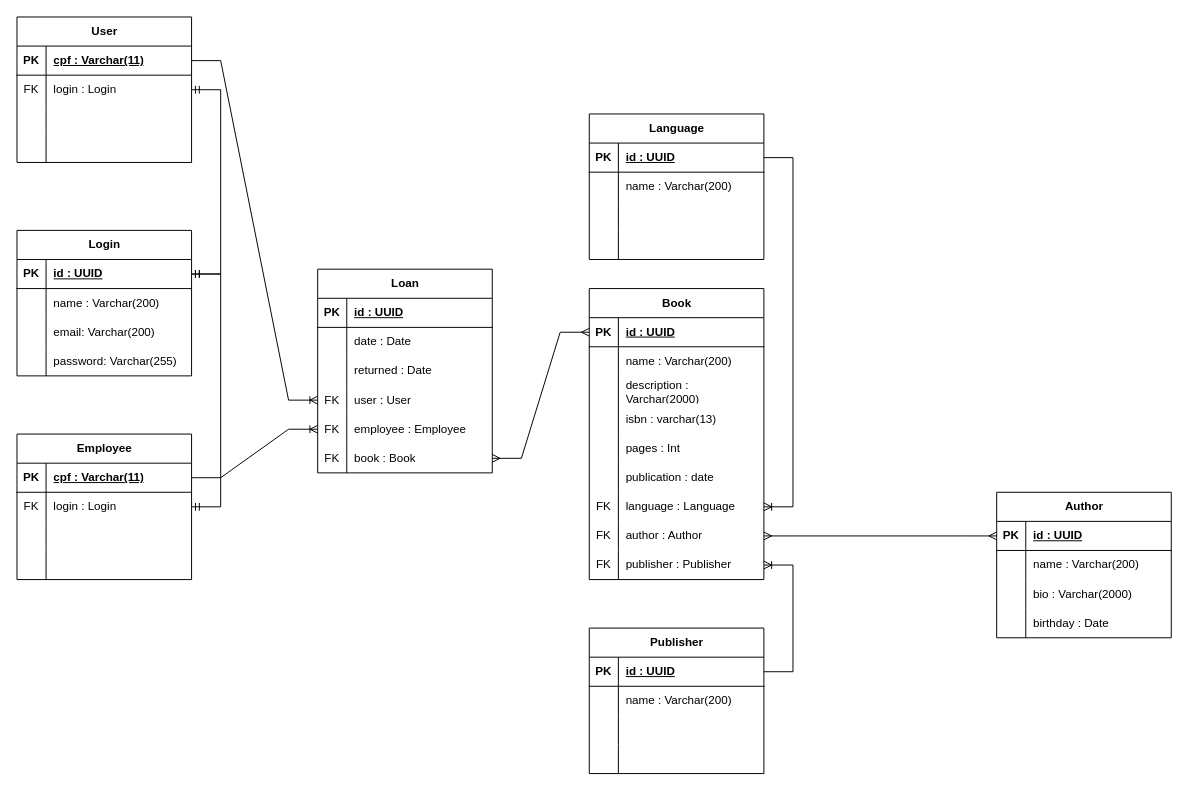
Above: docs/library.drawio in jvrss/library_backend (draw.io), before the change. Source tidied: cells renumbered, new cells numbered last; positions are measured from the earlier drawing's top-left corner, leaving out a move shared by most shapes. Both pictures are drawn from the tidied source at 97%, with x=0, y=0 at pixel (16, 16).
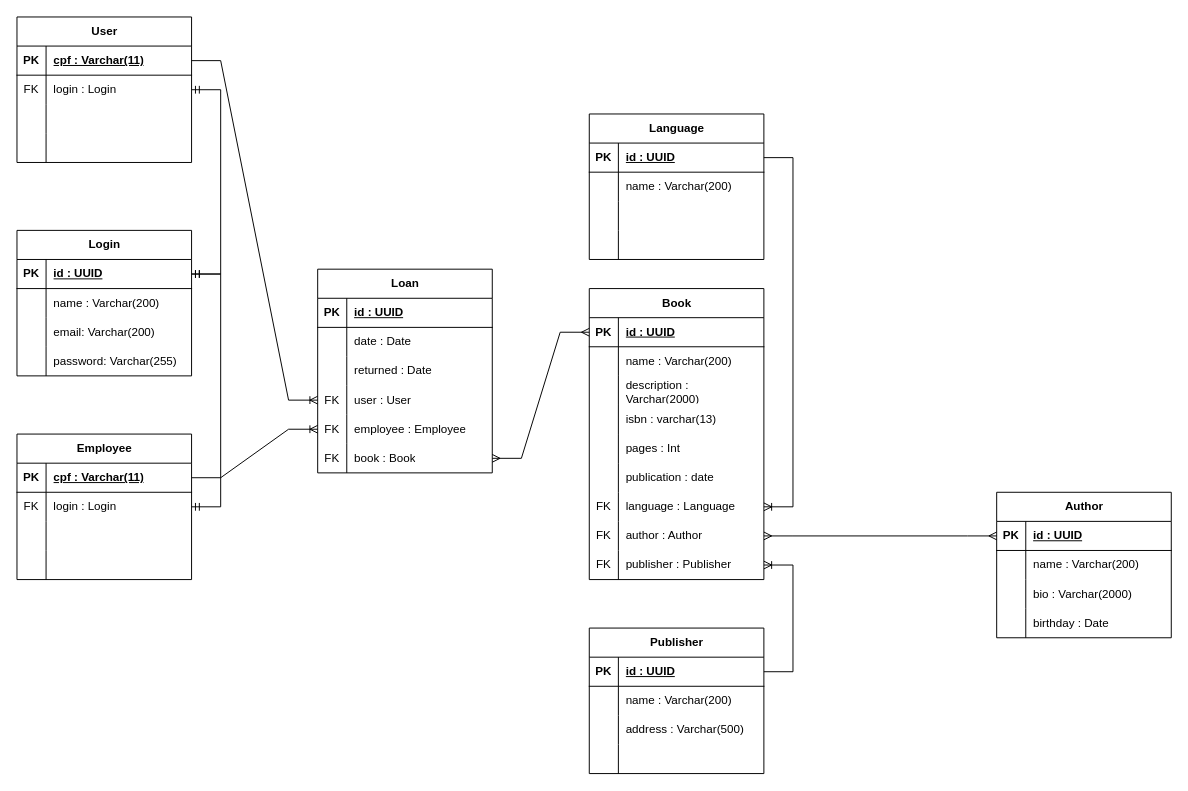
Above is the later version.

The change refers to these unchanged cells:
```xml
<mxCell id="61" style="shape=tableRow;horizontal=0;startSize=0;swimlaneHead=0;swimlaneBody=0;fillColor=none;top=0;left=0;right=0;bottom=0;" parent="54" vertex="1">
  <mxGeometry y="90" width="180" height="30" as="geometry" />
</mxCell>
```

Change to the diagram source:
```diff
@@
-    <mxCell id="63" style="shape=partialRectangle;fillColor=none;top=0;left=0;bottom=0;right=0;align=left;spacingLeft=6;overflow=hidden;whiteSpace=wrap;html=1;" parent="61" vertex="1">
+    <mxCell id="63" value="address : Varchar(500)" style="shape=partialRectangle;fillColor=none;top=0;left=0;bottom=0;right=0;align=left;spacingLeft=6;overflow=hidden;whiteSpace=wrap;html=1;" parent="61" vertex="1">
       <mxGeometry x="30" width="150" height="30" as="geometry" />
     </mxCell>
```
